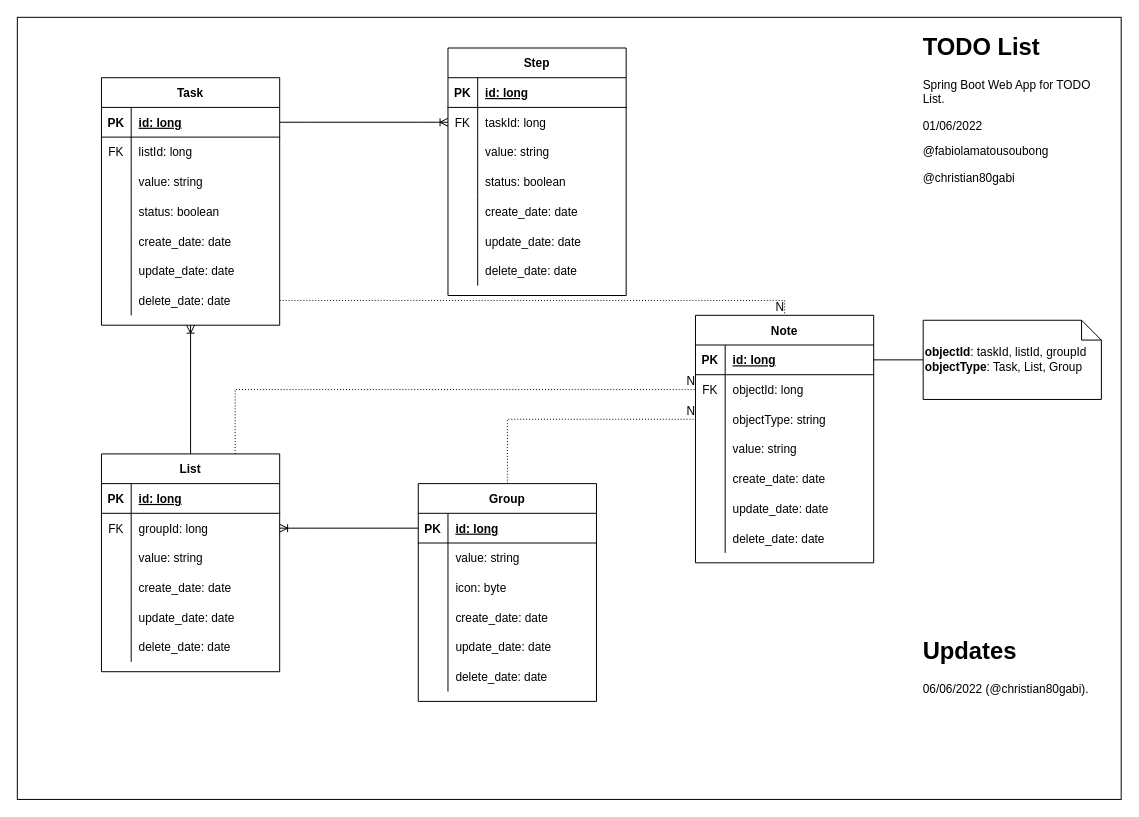
This is docs/TODO_List.drawio from christian80gabi/TODOList_springboot, a draw.io file, before an edit. Source tidied: cells renumbered, new cells numbered last; positions are measured from the earlier drawing's top-left corner, leaving out a move shared by most shapes. Both pictures are drawn from the tidied source at 99%, with x=0, y=0 at pixel (17, 17).
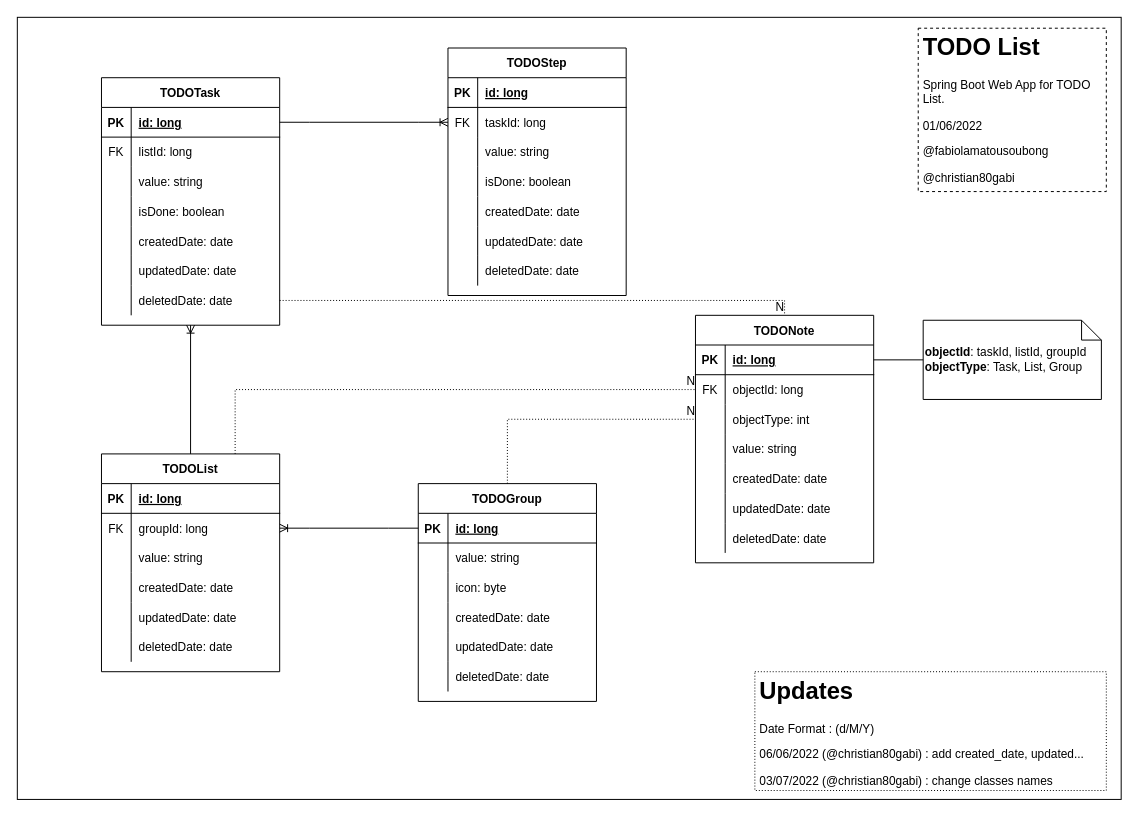
The same diagram, later.

Unchanged cells that the change refers to:
```xml
<mxCell id="13" style="shape=tableRow;horizontal=0;startSize=0;swimlaneHead=0;swimlaneBody=0;fillColor=none;top=0;left=0;right=0;bottom=0;" parent="3" vertex="1">
  <mxGeometry y="120" width="180" height="30" as="geometry" />
</mxCell>
<mxCell id="16" style="shape=tableRow;horizontal=0;startSize=0;swimlaneHead=0;swimlaneBody=0;fillColor=none;top=0;left=0;right=0;bottom=0;" parent="3" vertex="1">
  <mxGeometry y="150" width="180" height="30" as="geometry" />
</mxCell>
<mxCell id="19" style="shape=tableRow;horizontal=0;startSize=0;swimlaneHead=0;swimlaneBody=0;fillColor=none;top=0;left=0;right=0;bottom=0;" parent="3" vertex="1">
  <mxGeometry y="180" width="180" height="30" as="geometry" />
</mxCell>
<mxCell id="22" style="shape=tableRow;horizontal=0;startSize=0;swimlaneHead=0;swimlaneBody=0;fillColor=none;points=[[0,0.5],[1,0.5]];portConstraint=eastwest;top=0;left=0;right=0;bottom=0;" parent="3" vertex="1">
  <mxGeometry y="210" width="180" height="30" as="geometry" />
</mxCell>
<mxCell id="35" style="shape=tableRow;horizontal=0;startSize=0;swimlaneHead=0;swimlaneBody=0;fillColor=none;top=0;left=0;right=0;bottom=0;" parent="25" vertex="1">
  <mxGeometry y="120" width="180" height="30" as="geometry" />
</mxCell>
<mxCell id="38" style="shape=tableRow;horizontal=0;startSize=0;swimlaneHead=0;swimlaneBody=0;fillColor=none;top=0;left=0;right=0;bottom=0;" parent="25" vertex="1">
  <mxGeometry y="150" width="180" height="30" as="geometry" />
</mxCell>
<mxCell id="41" style="shape=tableRow;horizontal=0;startSize=0;swimlaneHead=0;swimlaneBody=0;fillColor=none;top=0;left=0;right=0;bottom=0;" parent="25" vertex="1">
  <mxGeometry y="180" width="180" height="30" as="geometry" />
</mxCell>
<mxCell id="44" style="shape=tableRow;horizontal=0;startSize=0;swimlaneHead=0;swimlaneBody=0;fillColor=none;top=0;left=0;right=0;bottom=0;" parent="25" vertex="1">
  <mxGeometry y="210" width="180" height="30" as="geometry" />
</mxCell>
<mxCell id="57" style="shape=tableRow;horizontal=0;startSize=0;swimlaneHead=0;swimlaneBody=0;fillColor=none;top=0;left=0;right=0;bottom=0;" parent="47" vertex="1">
  <mxGeometry y="120" width="180" height="30" as="geometry" />
</mxCell>
<mxCell id="60" style="shape=tableRow;horizontal=0;startSize=0;swimlaneHead=0;swimlaneBody=0;fillColor=none;top=0;left=0;right=0;bottom=0;" parent="47" vertex="1">
  <mxGeometry y="150" width="180" height="30" as="geometry" />
</mxCell>
<mxCell id="63" style="shape=tableRow;horizontal=0;startSize=0;swimlaneHead=0;swimlaneBody=0;fillColor=none;top=0;left=0;right=0;bottom=0;" parent="47" vertex="1">
  <mxGeometry y="180" width="180" height="30" as="geometry" />
</mxCell>
<mxCell id="76" style="shape=tableRow;horizontal=0;startSize=0;swimlaneHead=0;swimlaneBody=0;fillColor=none;top=0;left=0;right=0;bottom=0;" parent="66" vertex="1">
  <mxGeometry y="120" width="180" height="30" as="geometry" />
</mxCell>
<mxCell id="79" style="shape=tableRow;horizontal=0;startSize=0;swimlaneHead=0;swimlaneBody=0;fillColor=none;top=0;left=0;right=0;bottom=0;" parent="66" vertex="1">
  <mxGeometry y="150" width="180" height="30" as="geometry" />
</mxCell>
<mxCell id="82" style="shape=tableRow;horizontal=0;startSize=0;swimlaneHead=0;swimlaneBody=0;fillColor=none;top=0;left=0;right=0;bottom=0;" parent="66" vertex="1">
  <mxGeometry y="180" width="180" height="30" as="geometry" />
</mxCell>
<mxCell id="92" style="shape=tableRow;horizontal=0;startSize=0;swimlaneHead=0;swimlaneBody=0;fillColor=none;points=[[0,0.5],[1,0.5]];portConstraint=eastwest;top=0;left=0;right=0;bottom=0;" parent="85" vertex="1">
  <mxGeometry y="90" width="180" height="30" as="geometry" />
</mxCell>
<mxCell id="98" style="shape=tableRow;horizontal=0;startSize=0;swimlaneHead=0;swimlaneBody=0;fillColor=none;top=0;left=0;right=0;bottom=0;" parent="85" vertex="1">
  <mxGeometry y="150" width="180" height="30" as="geometry" />
</mxCell>
<mxCell id="101" style="shape=tableRow;horizontal=0;startSize=0;swimlaneHead=0;swimlaneBody=0;fillColor=none;top=0;left=0;right=0;bottom=0;" parent="85" vertex="1">
  <mxGeometry y="180" width="180" height="30" as="geometry" />
</mxCell>
<mxCell id="104" style="shape=tableRow;horizontal=0;startSize=0;swimlaneHead=0;swimlaneBody=0;fillColor=none;top=0;left=0;right=0;bottom=0;" parent="85" vertex="1">
  <mxGeometry y="210" width="180" height="30" as="geometry" />
</mxCell>
```

What changed in the source:
```diff
@@
-    <mxCell id="3" value="Task" style="shape=table;startSize=30;childLayout=tableLayout;rowLines=0;fontStyle=1;align=center;" parent="1" vertex="1">
+    <mxCell id="3" value="TODOTask" style="shape=table;startSize=30;childLayout=tableLayout;rowLines=0;fontStyle=1;align=center;" parent="1" vertex="1">
       <mxGeometry x="85" y="61" width="180" height="250" as="geometry" />
     </mxCell>
@@
-    <mxCell id="15" value="status: boolean" style="shape=partialRectangle;fillColor=none;top=0;left=0;bottom=0;right=0;align=left;spacingLeft=6;overflow=hidden;" parent="13" vertex="1">
+    <mxCell id="15" value="isDone: boolean" style="shape=partialRectangle;fillColor=none;top=0;left=0;bottom=0;right=0;align=left;spacingLeft=6;overflow=hidden;" parent="13" vertex="1">
       <mxGeometry x="30" width="150" height="30" as="geometry" />
     </mxCell>
@@
-    <mxCell id="18" value="create_date: date" style="shape=partialRectangle;fillColor=none;top=0;left=0;bottom=0;right=0;align=left;spacingLeft=6;fontStyle=0;overflow=hidden;" parent="16" vertex="1">
+    <mxCell id="18" value="createdDate: date" style="shape=partialRectangle;fillColor=none;top=0;left=0;bottom=0;right=0;align=left;spacingLeft=6;fontStyle=0;overflow=hidden;" parent="16" vertex="1">
       <mxGeometry x="30" width="150" height="30" as="geometry" />
     </mxCell>
@@
-    <mxCell id="21" value="update_date: date" style="shape=partialRectangle;fillColor=none;top=0;left=0;bottom=0;right=0;align=left;spacingLeft=6;fontStyle=0;overflow=hidden;" parent="19" vertex="1">
+    <mxCell id="21" value="updatedDate: date" style="shape=partialRectangle;fillColor=none;top=0;left=0;bottom=0;right=0;align=left;spacingLeft=6;fontStyle=0;overflow=hidden;" parent="19" vertex="1">
       <mxGeometry x="30" width="150" height="30" as="geometry" />
     </mxCell>
@@
-    <mxCell id="24" value="delete_date: date" style="shape=partialRectangle;fillColor=none;top=0;left=0;bottom=0;right=0;align=left;spacingLeft=6;fontStyle=0;overflow=hidden;" parent="22" vertex="1">
+    <mxCell id="24" value="deletedDate: date" style="shape=partialRectangle;fillColor=none;top=0;left=0;bottom=0;right=0;align=left;spacingLeft=6;fontStyle=0;overflow=hidden;" parent="22" vertex="1">
       <mxGeometry x="30" width="150" height="30" as="geometry" />
     </mxCell>
-    <mxCell id="25" value="Step" style="shape=table;startSize=30;childLayout=tableLayout;rowLines=0;fontStyle=1;align=center;" parent="1" vertex="1">
+    <mxCell id="25" value="TODOStep" style="shape=table;startSize=30;childLayout=tableLayout;rowLines=0;fontStyle=1;align=center;" parent="1" vertex="1">
       <mxGeometry x="435" y="31" width="180" height="250" as="geometry" />
     </mxCell>
@@
-    <mxCell id="37" value="status: boolean" style="shape=partialRectangle;fillColor=none;top=0;left=0;bottom=0;right=0;align=left;spacingLeft=6;overflow=hidden;" parent="35" vertex="1">
+    <mxCell id="37" value="isDone: boolean" style="shape=partialRectangle;fillColor=none;top=0;left=0;bottom=0;right=0;align=left;spacingLeft=6;overflow=hidden;" parent="35" vertex="1">
       <mxGeometry x="30" width="150" height="30" as="geometry" />
     </mxCell>
@@
-    <mxCell id="40" value="create_date: date" style="shape=partialRectangle;fillColor=none;top=0;left=0;bottom=0;right=0;align=left;spacingLeft=6;overflow=hidden;" parent="38" vertex="1">
+    <mxCell id="40" value="createdDate: date" style="shape=partialRectangle;fillColor=none;top=0;left=0;bottom=0;right=0;align=left;spacingLeft=6;overflow=hidden;" parent="38" vertex="1">
       <mxGeometry x="30" width="150" height="30" as="geometry" />
     </mxCell>
@@
-    <mxCell id="43" value="update_date: date" style="shape=partialRectangle;fillColor=none;top=0;left=0;bottom=0;right=0;align=left;spacingLeft=6;overflow=hidden;" parent="41" vertex="1">
+    <mxCell id="43" value="updatedDate: date" style="shape=partialRectangle;fillColor=none;top=0;left=0;bottom=0;right=0;align=left;spacingLeft=6;overflow=hidden;" parent="41" vertex="1">
       <mxGeometry x="30" width="150" height="30" as="geometry" />
     </mxCell>
@@
-    <mxCell id="46" value="delete_date: date" style="shape=partialRectangle;fillColor=none;top=0;left=0;bottom=0;right=0;align=left;spacingLeft=6;overflow=hidden;" parent="44" vertex="1">
+    <mxCell id="46" value="deletedDate: date" style="shape=partialRectangle;fillColor=none;top=0;left=0;bottom=0;right=0;align=left;spacingLeft=6;overflow=hidden;" parent="44" vertex="1">
       <mxGeometry x="30" width="150" height="30" as="geometry" />
     </mxCell>
-    <mxCell id="47" value="List" style="shape=table;startSize=30;childLayout=tableLayout;rowLines=0;fontStyle=1;align=center;" parent="1" vertex="1">
+    <mxCell id="47" value="TODOList" style="shape=table;startSize=30;childLayout=tableLayout;rowLines=0;fontStyle=1;align=center;" parent="1" vertex="1">
       <mxGeometry x="85" y="441" width="180" height="220" as="geometry" />
     </mxCell>
@@
-    <mxCell id="59" value="create_date: date" style="shape=partialRectangle;fillColor=none;top=0;left=0;bottom=0;right=0;align=left;spacingLeft=6;fontStyle=0;overflow=hidden;" parent="57" vertex="1">
+    <mxCell id="59" value="createdDate: date" style="shape=partialRectangle;fillColor=none;top=0;left=0;bottom=0;right=0;align=left;spacingLeft=6;fontStyle=0;overflow=hidden;" parent="57" vertex="1">
       <mxGeometry x="30" width="150" height="30" as="geometry" />
     </mxCell>
@@
-    <mxCell id="62" value="update_date: date" style="shape=partialRectangle;fillColor=none;top=0;left=0;bottom=0;right=0;align=left;spacingLeft=6;fontStyle=0;overflow=hidden;" parent="60" vertex="1">
+    <mxCell id="62" value="updatedDate: date" style="shape=partialRectangle;fillColor=none;top=0;left=0;bottom=0;right=0;align=left;spacingLeft=6;fontStyle=0;overflow=hidden;" parent="60" vertex="1">
       <mxGeometry x="30" width="150" height="30" as="geometry" />
     </mxCell>
@@
-    <mxCell id="65" value="delete_date: date" style="shape=partialRectangle;fillColor=none;top=0;left=0;bottom=0;right=0;align=left;spacingLeft=6;fontStyle=0;overflow=hidden;" parent="63" vertex="1">
+    <mxCell id="65" value="deletedDate: date" style="shape=partialRectangle;fillColor=none;top=0;left=0;bottom=0;right=0;align=left;spacingLeft=6;fontStyle=0;overflow=hidden;" parent="63" vertex="1">
       <mxGeometry x="30" width="150" height="30" as="geometry" />
     </mxCell>
-    <mxCell id="66" value="Group" style="shape=table;startSize=30;childLayout=tableLayout;rowLines=0;fontStyle=1;align=center;" parent="1" vertex="1">
+    <mxCell id="66" value="TODOGroup" style="shape=table;startSize=30;childLayout=tableLayout;rowLines=0;fontStyle=1;align=center;" parent="1" vertex="1">
       <mxGeometry x="405" y="471" width="180" height="220" as="geometry" />
     </mxCell>
@@
-    <mxCell id="78" value="create_date: date" style="shape=partialRectangle;fillColor=none;top=0;left=0;bottom=0;right=0;align=left;spacingLeft=6;fontStyle=0;overflow=hidden;" parent="76" vertex="1">
+    <mxCell id="78" value="createdDate: date" style="shape=partialRectangle;fillColor=none;top=0;left=0;bottom=0;right=0;align=left;spacingLeft=6;fontStyle=0;overflow=hidden;" parent="76" vertex="1">
       <mxGeometry x="30" width="150" height="30" as="geometry" />
     </mxCell>
@@
-    <mxCell id="81" value="update_date: date" style="shape=partialRectangle;fillColor=none;top=0;left=0;bottom=0;right=0;align=left;spacingLeft=6;fontStyle=0;overflow=hidden;" parent="79" vertex="1">
+    <mxCell id="81" value="updatedDate: date" style="shape=partialRectangle;fillColor=none;top=0;left=0;bottom=0;right=0;align=left;spacingLeft=6;fontStyle=0;overflow=hidden;" parent="79" vertex="1">
       <mxGeometry x="30" width="150" height="30" as="geometry" />
     </mxCell>
@@
-    <mxCell id="84" value="delete_date: date" style="shape=partialRectangle;fillColor=none;top=0;left=0;bottom=0;right=0;align=left;spacingLeft=6;fontStyle=0;overflow=hidden;" parent="82" vertex="1">
+    <mxCell id="84" value="deletedDate: date" style="shape=partialRectangle;fillColor=none;top=0;left=0;bottom=0;right=0;align=left;spacingLeft=6;fontStyle=0;overflow=hidden;" parent="82" vertex="1">
       <mxGeometry x="30" width="150" height="30" as="geometry" />
     </mxCell>
-    <mxCell id="85" value="Note" style="shape=table;startSize=30;childLayout=tableLayout;rowLines=0;fontStyle=1;align=center;" parent="1" vertex="1">
+    <mxCell id="85" value="TODONote" style="shape=table;startSize=30;childLayout=tableLayout;rowLines=0;fontStyle=1;align=center;" parent="1" vertex="1">
       <mxGeometry x="685" y="301" width="180" height="250" as="geometry" />
     </mxCell>
@@
-    <mxCell id="94" value="objectType: string" style="shape=partialRectangle;fillColor=none;top=0;left=0;bottom=0;right=0;align=left;spacingLeft=6;overflow=hidden;" parent="92" vertex="1">
+    <mxCell id="94" value="objectType: int" style="shape=partialRectangle;fillColor=none;top=0;left=0;bottom=0;right=0;align=left;spacingLeft=6;overflow=hidden;" parent="92" vertex="1">
       <mxGeometry x="30" width="150" height="30" as="geometry" />
     </mxCell>
@@
-    <mxCell id="100" value="create_date: date" style="shape=partialRectangle;fillColor=none;top=0;left=0;bottom=0;right=0;align=left;spacingLeft=6;overflow=hidden;" parent="98" vertex="1">
+    <mxCell id="100" value="createdDate: date" style="shape=partialRectangle;fillColor=none;top=0;left=0;bottom=0;right=0;align=left;spacingLeft=6;overflow=hidden;" parent="98" vertex="1">
       <mxGeometry x="30" width="150" height="30" as="geometry" />
     </mxCell>
@@
-    <mxCell id="103" value="update_date: date" style="shape=partialRectangle;fillColor=none;top=0;left=0;bottom=0;right=0;align=left;spacingLeft=6;overflow=hidden;" parent="101" vertex="1">
+    <mxCell id="103" value="updatedDate: date" style="shape=partialRectangle;fillColor=none;top=0;left=0;bottom=0;right=0;align=left;spacingLeft=6;overflow=hidden;" parent="101" vertex="1">
       <mxGeometry x="30" width="150" height="30" as="geometry" />
     </mxCell>
@@
-    <mxCell id="106" value="delete_date: date" style="shape=partialRectangle;fillColor=none;top=0;left=0;bottom=0;right=0;align=left;spacingLeft=6;overflow=hidden;" parent="104" vertex="1">
+    <mxCell id="106" value="deletedDate: date" style="shape=partialRectangle;fillColor=none;top=0;left=0;bottom=0;right=0;align=left;spacingLeft=6;overflow=hidden;" parent="104" vertex="1">
       <mxGeometry x="30" width="150" height="30" as="geometry" />
     </mxCell>
@@
-    <mxCell id="118" value="&lt;p style=&quot;line-height: 1;&quot;&gt;&lt;/p&gt;&lt;h1&gt;TODO List&lt;/h1&gt;&lt;p&gt;Spring Boot Web App for TODO List.&lt;/p&gt;&lt;p&gt;01/06/2022&lt;/p&gt;&lt;p&gt;@fabiolamatousoubong&lt;/p&gt;&lt;p&gt;@christian80gabi&lt;/p&gt;&lt;p&gt;&lt;/p&gt;" style="text;html=1;strokeColor=none;fillColor=none;spacing=5;spacingTop=-20;whiteSpace=wrap;overflow=hidden;rounded=0;" parent="1" vertex="1">
+    <mxCell id="118" value="&lt;p style=&quot;line-height: 1;&quot;&gt;&lt;/p&gt;&lt;h1&gt;TODO List&lt;/h1&gt;&lt;p&gt;Spring Boot Web App for TODO List.&lt;/p&gt;&lt;p&gt;01/06/2022&lt;/p&gt;&lt;p&gt;@fabiolamatousoubong&lt;/p&gt;&lt;p&gt;@christian80gabi&lt;/p&gt;&lt;p&gt;&lt;/p&gt;" style="text;html=1;strokeColor=default;fillColor=none;spacing=5;spacingTop=-20;whiteSpace=wrap;overflow=hidden;rounded=0;dashed=1;" parent="1" vertex="1">
       <mxGeometry x="910" y="11" width="190" height="165" as="geometry" />
     </mxCell>
-    <mxCell id="119" value="&lt;h1&gt;Updates&lt;/h1&gt;&lt;p&gt;06/06/2022 (@christian80gabi).&lt;/p&gt;" style="text;html=1;strokeColor=none;fillColor=none;spacing=5;spacingTop=-20;whiteSpace=wrap;overflow=hidden;rounded=0;" parent="1" vertex="1">
-      <mxGeometry x="910" y="621" width="190" height="120" as="geometry" />
+    <mxCell id="119" value="&lt;h1&gt;Updates&lt;/h1&gt;&lt;div&gt;Date Format : (d/M/Y)&lt;/div&gt;&lt;p&gt;06/06/2022 (@christian80gabi) : add created_date, updated...&amp;nbsp;&lt;/p&gt;&lt;p&gt;03/07/2022 (@christian80gabi) : change classes names&lt;br&gt;&lt;/p&gt;" style="text;html=1;strokeColor=default;fillColor=none;spacing=5;spacingTop=-20;whiteSpace=wrap;overflow=hidden;rounded=0;dashed=1;dashPattern=1 2;" parent="1" vertex="1">
+      <mxGeometry x="745" y="661" width="355" height="120" as="geometry" />
     </mxCell>
```
